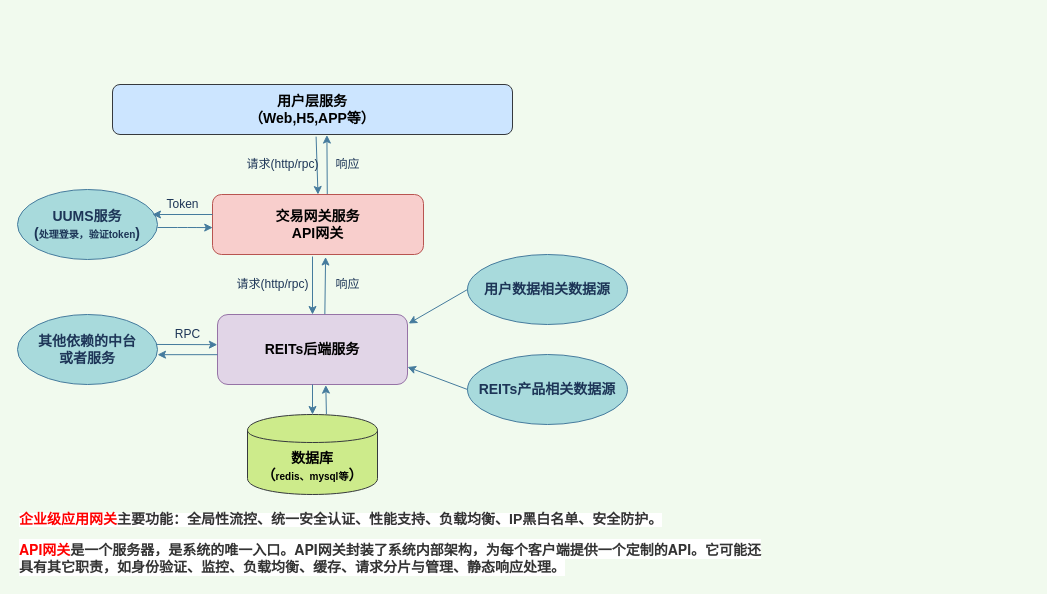
Earlier version of the draw.io diagram 000_utils/未命名绘图.drawio (lppgo/my_test). Source tidied: cells renumbered, new cells numbered last; positions are measured from the earlier drawing's top-left corner, leaving out a move shared by most shapes. Both pictures are drawn from the tidied source at 100%, with x=0, y=0 at pixel (17, 84).
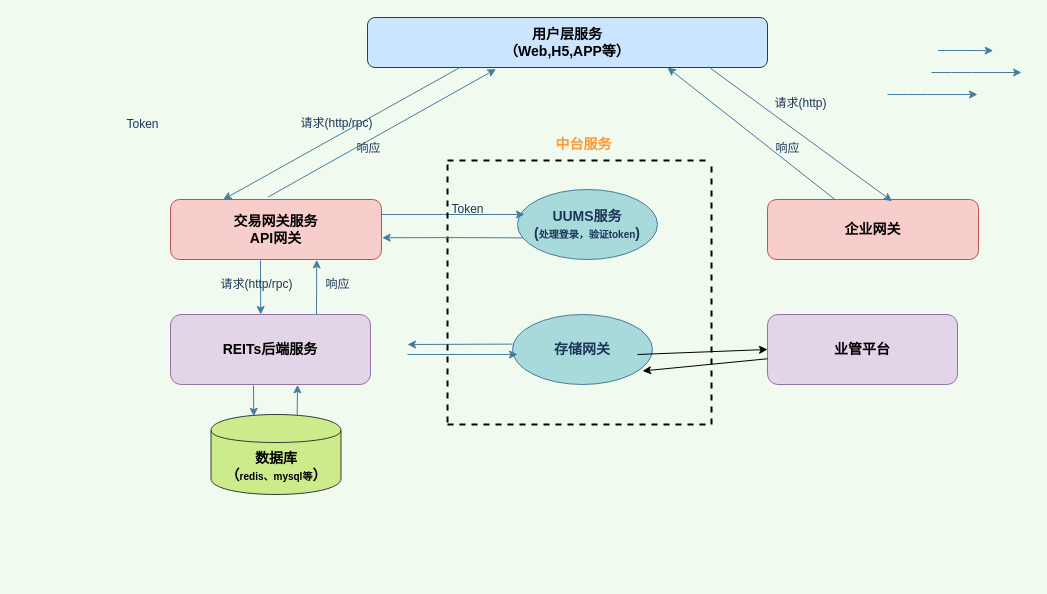
The same page after the edit.

Commit message:
更新未命名绘图.drawio

What changed in the source:
```diff
@@
     <mxCell id="2" value="&lt;font style=&quot;font-size: 14px&quot;&gt;&lt;b&gt;用户层服务&lt;br&gt;（Web,H5,APP等）&lt;/b&gt;&lt;/font&gt;" style="rounded=1;whiteSpace=wrap;html=1;sketch=0;strokeColor=#36393d;fillColor=#cce5ff;" parent="1" vertex="1">
-      <mxGeometry x="95" width="400" height="50" as="geometry" />
+      <mxGeometry x="350" y="-67" width="400" height="50" as="geometry" />
     </mxCell>
     <mxCell id="3" value="&lt;b&gt;&lt;font style=&quot;font-size: 14px&quot;&gt;交易网关服务&lt;br&gt;API网关&lt;/font&gt;&lt;/b&gt;" style="rounded=1;whiteSpace=wrap;html=1;sketch=0;strokeColor=#b85450;fillColor=#f8cecc;" parent="1" vertex="1">
-      <mxGeometry x="195" y="110" width="211" height="60" as="geometry" />
+      <mxGeometry x="153" y="115" width="211" height="60" as="geometry" />
     </mxCell>
-    <mxCell id="4" value="&lt;span style=&quot;font-family: &amp;#34;helvetica neue&amp;#34; , &amp;#34;helvetica&amp;#34; , &amp;#34;verdana&amp;#34; , &amp;#34;arial&amp;#34; , sans-serif ; font-size: 14px ; font-style: normal ; letter-spacing: normal ; text-align: left ; text-indent: 0px ; text-transform: none ; word-spacing: 0px ; background-color: rgb(255 , 255 , 255) ; display: inline ; float: none&quot;&gt;&lt;b&gt;&lt;font color=&quot;#ff0000&quot;&gt;API网关&lt;/font&gt;&lt;font color=&quot;#333333&quot;&gt;是一个服务器，是系统的唯一入口。API网关封装了系统内部架构，为每个客户端提供一个定制的API。它可能还具有其它职责，如身份验证、监控、负载均衡、缓存、请求分片与管理、静态响应处理。&lt;/font&gt;&lt;/b&gt;&lt;/span&gt;" style="text;whiteSpace=wrap;html=1;fontColor=#1D3557;" parent="1" vertex="1">
-      <mxGeometry y="450" width="750" height="40" as="geometry" />
-    </mxCell>
-    <mxCell id="5" value="&lt;span style=&quot;font-family: &amp;#34;microsoft yahei&amp;#34; ; font-style: normal ; letter-spacing: normal ; text-align: justify ; text-indent: 0px ; text-transform: none ; word-spacing: 0px ; background-color: rgb(255 , 255 , 255) ; display: inline ; float: none&quot;&gt;&lt;font style=&quot;font-size: 14px&quot;&gt;&lt;b&gt;&lt;font color=&quot;#ff0000&quot;&gt;企业级应用网关&lt;/font&gt;&lt;font color=&quot;#333333&quot;&gt;主要功能：全局性流控、统一安全认证、性能支持、负载均衡、IP黑白名单、安全防护。&lt;/font&gt;&lt;/b&gt;&lt;/font&gt;&lt;/span&gt;" style="text;whiteSpace=wrap;html=1;fontColor=#1D3557;" parent="1" vertex="1">
-      <mxGeometry y="420" width="710" height="30" as="geometry" />
-    </mxCell>
-    <mxCell id="6" style="endArrow=classic;html=1;strokeColor=#457B9D;fillColor=#A8DADC;fontColor=#1D3557;exitX=0.509;exitY=1.043;exitDx=0;exitDy=0;entryX=0.5;entryY=0;entryDx=0;entryDy=0;exitPerimeter=0;" parent="1" edge="1" source="2" target="3">
-      <mxGeometry relative="1" as="geometry" />
-    </mxCell>
     <mxCell id="7" value="&lt;b&gt;&lt;font style=&quot;font-size: 14px&quot;&gt;REITs后端服务&lt;/font&gt;&lt;/b&gt;" style="rounded=1;whiteSpace=wrap;html=1;sketch=0;strokeColor=#9673a6;fillColor=#e1d5e7;" parent="1" vertex="1">
-      <mxGeometry x="200" y="230" width="190" height="70" as="geometry" />
+      <mxGeometry x="153" y="230" width="200" height="70" as="geometry" />
     </mxCell>
-    <mxCell id="8" style="endArrow=classic;html=1;strokeColor=#457B9D;fillColor=#A8DADC;fontColor=#1D3557;entryX=0.5;entryY=0;entryDx=0;entryDy=0;" parent="1" edge="1" target="7">
+    <mxCell id="8" style="endArrow=classic;html=1;strokeColor=#457B9D;fillColor=#A8DADC;fontColor=#1D3557;entryX=0.451;entryY=0;entryDx=0;entryDy=0;entryPerimeter=0;" parent="1" edge="1" target="7">
       <mxGeometry relative="1" as="geometry">
-        <mxPoint x="295" y="172" as="sourcePoint" />
+        <mxPoint x="243" y="176" as="sourcePoint" />
       </mxGeometry>
     </mxCell>
     <mxCell id="9" value="&lt;font color=&quot;#000000&quot;&gt;&lt;b&gt;&lt;span style=&quot;font-size: 14px&quot;&gt;数据库&lt;/span&gt;&lt;br&gt;&lt;span style=&quot;font-size: 14px&quot;&gt;（&lt;/span&gt;&lt;font style=&quot;font-size: 10px&quot;&gt;redis、mysql等&lt;/font&gt;&lt;span style=&quot;font-size: 14px&quot;&gt;）&lt;/span&gt;&lt;br&gt;&lt;/b&gt;&lt;/font&gt;" style="shape=cylinder;whiteSpace=wrap;html=1;boundedLbl=1;backgroundOutline=1;rounded=0;sketch=0;fillColor=#cdeb8b;strokeColor=#36393d;" parent="1" vertex="1">
-      <mxGeometry x="230" y="330" width="130" height="80" as="geometry" />
+      <mxGeometry x="193.5" y="330" width="130" height="80" as="geometry" />
     </mxCell>
-    <mxCell id="10" style="endArrow=classic;html=1;strokeColor=#457B9D;fillColor=#A8DADC;fontColor=#1D3557;entryX=0.5;entryY=0;entryDx=0;entryDy=0;" parent="1" edge="1" target="9">
+    <mxCell id="10" style="endArrow=classic;html=1;strokeColor=#457B9D;fillColor=#A8DADC;fontColor=#1D3557;entryX=0.329;entryY=0.022;entryDx=0;entryDy=0;entryPerimeter=0;" parent="1" edge="1" target="9">
       <mxGeometry relative="1" as="geometry">
-        <mxPoint x="295" y="300" as="sourcePoint" />
+        <mxPoint x="236" y="301" as="sourcePoint" />
       </mxGeometry>
     </mxCell>
-    <mxCell id="11" value="&lt;font style=&quot;font-size: 14px&quot;&gt;&lt;b&gt;用户数据相关数据源&lt;/b&gt;&lt;/font&gt;" style="ellipse;whiteSpace=wrap;html=1;rounded=0;sketch=0;strokeColor=#457B9D;fillColor=#A8DADC;fontColor=#1D3557;" parent="1" vertex="1">
-      <mxGeometry x="450" y="170" width="160" height="70" as="geometry" />
-    </mxCell>
-    <mxCell id="12" value="&lt;font style=&quot;font-size: 14px&quot;&gt;&lt;b&gt;REITs产品相关数据源&lt;/b&gt;&lt;/font&gt;" style="ellipse;whiteSpace=wrap;html=1;rounded=0;sketch=0;strokeColor=#457B9D;fillColor=#A8DADC;fontColor=#1D3557;" parent="1" vertex="1">
-      <mxGeometry x="450" y="270" width="160" height="70" as="geometry" />
-    </mxCell>
-    <mxCell id="13" style="endArrow=classic;html=1;strokeColor=#457B9D;fillColor=#A8DADC;fontColor=#1D3557;exitX=0;exitY=0.5;exitDx=0;exitDy=0;entryX=1.006;entryY=0.129;entryDx=0;entryDy=0;entryPerimeter=0;" parent="1" edge="1" source="11" target="7">
-      <mxGeometry relative="1" as="geometry" />
-    </mxCell>
-    <mxCell id="14" style="endArrow=classic;html=1;strokeColor=#457B9D;fillColor=#A8DADC;fontColor=#1D3557;exitX=0;exitY=0.5;exitDx=0;exitDy=0;entryX=1;entryY=0.75;entryDx=0;entryDy=0;" parent="1" edge="1" source="12" target="7">
-      <mxGeometry relative="1" as="geometry" />
-    </mxCell>
-    <mxCell id="15" style="endArrow=classic;html=1;strokeColor=#457B9D;fillColor=#A8DADC;fontColor=#1D3557;exitX=0.565;exitY=-0.006;exitDx=0;exitDy=0;entryX=0.536;entryY=1.042;entryDx=0;entryDy=0;entryPerimeter=0;exitPerimeter=0;" parent="1" edge="1" source="7" target="3">
-      <mxGeometry relative="1" as="geometry" />
+    <mxCell id="15" style="endArrow=classic;html=1;strokeColor=#457B9D;fillColor=#A8DADC;fontColor=#1D3557;entryX=0.693;entryY=1.007;entryDx=0;entryDy=0;entryPerimeter=0;" parent="1" edge="1" target="3">
+      <mxGeometry relative="1" as="geometry">
+        <mxPoint x="299" y="230" as="sourcePoint" />
+      </mxGeometry>
     </mxCell>
-    <mxCell id="16" style="endArrow=classic;html=1;strokeColor=#457B9D;fillColor=#A8DADC;fontColor=#1D3557;exitX=0.544;exitY=-0.006;exitDx=0;exitDy=0;entryX=0.536;entryY=1.011;entryDx=0;entryDy=0;entryPerimeter=0;exitPerimeter=0;" parent="1" edge="1" source="3" target="2">
-      <mxGeometry relative="1" as="geometry" />
-    </mxCell>
-    <mxCell id="17" style="endArrow=classic;html=1;strokeColor=#457B9D;fillColor=#A8DADC;fontColor=#1D3557;entryX=0.57;entryY=1.009;entryDx=0;entryDy=0;entryPerimeter=0;exitX=0.607;exitY=-0.006;exitDx=0;exitDy=0;exitPerimeter=0;" parent="1" edge="1" source="9" target="7">
+    <mxCell id="17" style="endArrow=classic;html=1;strokeColor=#457B9D;fillColor=#A8DADC;fontColor=#1D3557;entryX=0.635;entryY=1.005;entryDx=0;entryDy=0;entryPerimeter=0;exitX=0.663;exitY=0.011;exitDx=0;exitDy=0;exitPerimeter=0;" parent="1" edge="1" source="9" target="7">
       <mxGeometry relative="1" as="geometry" />
     </mxCell>
-    <mxCell id="18" value="响应" style="text;html=1;align=center;verticalAlign=middle;fillColor=none;strokeColor=none;rounded=0;sketch=0;fontColor=#1D3557;" parent="1" vertex="1">
-      <mxGeometry x="310" y="70" width="40" height="20" as="geometry" />
-    </mxCell>
     <mxCell id="19" value="响应" style="text;html=1;align=center;verticalAlign=middle;fillColor=none;strokeColor=none;rounded=0;sketch=0;fontColor=#1D3557;" parent="1" vertex="1">
-      <mxGeometry x="310" y="190" width="40" height="20" as="geometry" />
+      <mxGeometry x="300" y="190" width="40" height="20" as="geometry" />
     </mxCell>
-    <mxCell id="20" value="&lt;font style=&quot;font-size: 14px&quot;&gt;&lt;b&gt;其他依赖的中台&lt;br&gt;或者服务&lt;/b&gt;&lt;/font&gt;" style="ellipse;whiteSpace=wrap;html=1;rounded=0;sketch=0;strokeColor=#457B9D;fillColor=#A8DADC;fontColor=#1D3557;" parent="1" vertex="1">
-      <mxGeometry y="230" width="140" height="70" as="geometry" />
+    <mxCell id="20" value="&lt;span style=&quot;font-size: 14px&quot;&gt;&lt;b&gt;存储网关&lt;/b&gt;&lt;/span&gt;" style="ellipse;whiteSpace=wrap;html=1;rounded=0;sketch=0;strokeColor=#457B9D;fillColor=#A8DADC;fontColor=#1D3557;" parent="1" vertex="1">
+      <mxGeometry x="495" y="230" width="140" height="70" as="geometry" />
     </mxCell>
-    <mxCell id="21" style="endArrow=classic;html=1;strokeColor=#457B9D;fillColor=#A8DADC;fontColor=#1D3557;entryX=-0.001;entryY=0.431;entryDx=0;entryDy=0;entryPerimeter=0;exitX=0.993;exitY=0.428;exitDx=0;exitDy=0;exitPerimeter=0;" parent="1" edge="1" source="20" target="7">
-      <mxGeometry relative="1" as="geometry" />
+    <mxCell id="21" style="endArrow=classic;html=1;strokeColor=#457B9D;fillColor=#A8DADC;fontColor=#1D3557;exitX=0.001;exitY=0.423;exitDx=0;exitDy=0;exitPerimeter=0;" parent="1" edge="1" source="20">
+      <mxGeometry relative="1" as="geometry">
+        <mxPoint x="390" y="260" as="targetPoint" />
+      </mxGeometry>
     </mxCell>
-    <mxCell id="22" style="endArrow=classic;html=1;strokeColor=#457B9D;fillColor=#A8DADC;fontColor=#1D3557;entryX=1;entryY=0.574;entryDx=0;entryDy=0;entryPerimeter=0;exitX=0;exitY=0.574;exitDx=0;exitDy=0;exitPerimeter=0;" parent="1" edge="1" source="7" target="20">
-      <mxGeometry relative="1" as="geometry" />
+    <mxCell id="22" style="endArrow=classic;html=1;strokeColor=#457B9D;fillColor=#A8DADC;fontColor=#1D3557;" parent="1" edge="1">
+      <mxGeometry relative="1" as="geometry">
+        <mxPoint x="390" y="270" as="sourcePoint" />
+        <mxPoint x="500" y="270" as="targetPoint" />
+      </mxGeometry>
     </mxCell>
-    <mxCell id="23" value="RPC" style="text;html=1;align=center;verticalAlign=middle;fillColor=none;strokeColor=none;rounded=0;sketch=0;fontColor=#1D3557;" parent="1" vertex="1">
-      <mxGeometry x="150" y="240" width="40" height="20" as="geometry" />
-    </mxCell>
     <mxCell id="24" value="请求(http/rpc)" style="text;html=1;align=center;verticalAlign=middle;fillColor=none;strokeColor=none;rounded=0;sketch=0;fontColor=#1D3557;" parent="1" vertex="1">
-      <mxGeometry x="210" y="190" width="90" height="20" as="geometry" />
+      <mxGeometry x="193.5" y="190" width="90" height="20" as="geometry" />
     </mxCell>
+    <mxCell id="26" value="&lt;b&gt;&lt;span style=&quot;font-size: 14px&quot;&gt;UUMS服务&lt;/span&gt;&lt;br&gt;&lt;span style=&quot;font-size: 14px&quot;&gt;(&lt;/span&gt;&lt;font style=&quot;font-size: 10px&quot;&gt;处理登录，验证token&lt;/font&gt;&lt;span style=&quot;font-size: 14px&quot;&gt;)&lt;/span&gt;&lt;br&gt;&lt;/b&gt;" style="ellipse;whiteSpace=wrap;html=1;rounded=0;sketch=0;strokeColor=#457B9D;fillColor=#A8DADC;fontColor=#1D3557;" parent="1" vertex="1">
+      <mxGeometry x="500" y="105" width="140" height="70" as="geometry" />
+    </mxCell>
+    <mxCell id="29" value="Token" style="text;html=1;align=center;verticalAlign=middle;fillColor=none;strokeColor=none;rounded=0;sketch=0;fontColor=#1D3557;" parent="1" vertex="1">
+      <mxGeometry x="100" y="30" width="50" height="20" as="geometry" />
+    </mxCell>
+    <mxCell id="30" value="&lt;span style=&quot;font-size: 14px&quot;&gt;&lt;b&gt;业管平台&lt;/b&gt;&lt;/span&gt;" style="rounded=1;whiteSpace=wrap;html=1;sketch=0;strokeColor=#9673a6;fillColor=#e1d5e7;" parent="1" vertex="1">
+      <mxGeometry x="750" y="230" width="190" height="70" as="geometry" />
+    </mxCell>
+    <mxCell id="31" value="&lt;span style=&quot;font-size: 14px&quot;&gt;&lt;b&gt;企业网关&lt;/b&gt;&lt;/span&gt;" style="rounded=1;whiteSpace=wrap;html=1;sketch=0;strokeColor=#b85450;fillColor=#f8cecc;" parent="1" vertex="1">
+      <mxGeometry x="750" y="115" width="211" height="60" as="geometry" />
+    </mxCell>
+    <mxCell id="32" style="endArrow=classic;html=1;entryX=0.929;entryY=0.807;entryDx=0;entryDy=0;entryPerimeter=0;" parent="1" edge="1" source="30" target="20">
+      <mxGeometry relative="1" as="geometry" />
+    </mxCell>
+    <mxCell id="33" style="endArrow=classic;html=1;entryX=0;entryY=0.5;entryDx=0;entryDy=0;" parent="1" edge="1" target="30">
+      <mxGeometry relative="1" as="geometry">
+        <mxPoint x="620" y="270" as="sourcePoint" />
+      </mxGeometry>
+    </mxCell>
+    <mxCell id="34" style="endArrow=classic;html=1;strokeColor=#457B9D;fillColor=#A8DADC;fontColor=#1D3557;entryX=0.05;entryY=0.357;entryDx=0;entryDy=0;entryPerimeter=0;" parent="1" edge="1" target="26">
+      <mxGeometry relative="1" as="geometry">
+        <mxPoint x="363" y="130" as="sourcePoint" />
+        <Array as="points">
+          <mxPoint x="436" y="130" />
+        </Array>
+      </mxGeometry>
+    </mxCell>
+    <mxCell id="35" style="endArrow=none;dashed=1;html=1;strokeWidth=2;jumpStyle=arc;" parent="1" edge="1">
+      <mxGeometry relative="1" as="geometry">
+        <mxPoint x="430" y="76" as="sourcePoint" />
+        <mxPoint x="694" y="76" as="targetPoint" />
+      </mxGeometry>
+    </mxCell>
+    <mxCell id="36" style="endArrow=none;dashed=1;html=1;strokeWidth=2;" parent="1" edge="1">
+      <mxGeometry relative="1" as="geometry">
+        <mxPoint x="430" y="80" as="sourcePoint" />
+        <mxPoint x="430" y="340" as="targetPoint" />
+      </mxGeometry>
+    </mxCell>
+    <mxCell id="37" style="endArrow=none;dashed=1;html=1;strokeWidth=2;" parent="1" edge="1">
+      <mxGeometry relative="1" as="geometry">
+        <mxPoint x="694" y="340" as="sourcePoint" />
+        <mxPoint x="694" y="80" as="targetPoint" />
+      </mxGeometry>
+    </mxCell>
+    <mxCell id="38" value="&lt;b&gt;&lt;font style=&quot;font-size: 14px&quot; color=&quot;#ff9933&quot;&gt;中台服务&lt;/font&gt;&lt;/b&gt;" style="text;html=1;align=center;verticalAlign=middle;fillColor=none;strokeColor=none;rounded=0;" parent="1" vertex="1">
+      <mxGeometry x="527" y="49" width="77" height="22" as="geometry" />
+    </mxCell>
+    <mxCell id="39" style="endArrow=classic;html=1;strokeColor=#457B9D;fillColor=#A8DADC;fontColor=#1D3557;entryX=0.001;entryY=0.552;entryDx=0;entryDy=0;entryPerimeter=0;" parent="1" edge="1">
+      <mxGeometry relative="1" as="geometry">
+        <mxPoint x="920.5" y="-34" as="sourcePoint" />
+        <mxPoint x="975.7" y="-33.9" as="targetPoint" />
+        <Array as="points">
+          <mxPoint x="950.5" y="-34" />
+        </Array>
+      </mxGeometry>
+    </mxCell>
+    <mxCell id="40" style="endArrow=classic;html=1;strokeColor=#457B9D;fillColor=#A8DADC;fontColor=#1D3557;" parent="1" edge="1">
+      <mxGeometry relative="1" as="geometry">
+        <mxPoint x="870" y="10" as="sourcePoint" />
+        <mxPoint x="960" y="10" as="targetPoint" />
+        <Array as="points">
+          <mxPoint x="900" y="10" />
+        </Array>
+      </mxGeometry>
+    </mxCell>
+    <mxCell id="16" style="endArrow=classic;html=1;strokeColor=#457B9D;fillColor=#A8DADC;fontColor=#1D3557;entryX=0.321;entryY=1.032;entryDx=0;entryDy=0;entryPerimeter=0;exitX=0.462;exitY=-0.04;exitDx=0;exitDy=0;exitPerimeter=0;" parent="1" edge="1" source="3" target="2">
+      <mxGeometry relative="1" as="geometry" />
+    </mxCell>
+    <mxCell id="6" style="endArrow=classic;html=1;strokeColor=#457B9D;fillColor=#A8DADC;fontColor=#1D3557;entryX=0.25;entryY=0;entryDx=0;entryDy=0;exitX=0.231;exitY=1;exitDx=0;exitDy=0;exitPerimeter=0;" parent="1" edge="1" source="2" target="3">
+      <mxGeometry relative="1" as="geometry" />
+    </mxCell>
+    <mxCell id="41" style="endArrow=classic;html=1;strokeColor=#457B9D;fillColor=#A8DADC;fontColor=#1D3557;" parent="1" edge="1">
+      <mxGeometry relative="1" as="geometry">
+        <mxPoint x="914" y="-12" as="sourcePoint" />
+        <mxPoint x="1004" y="-12" as="targetPoint" />
+        <Array as="points">
+          <mxPoint x="944" y="-12" />
+        </Array>
+      </mxGeometry>
+    </mxCell>
+    <mxCell id="42" style="endArrow=classic;html=1;strokeColor=#457B9D;fillColor=#A8DADC;fontColor=#1D3557;entryX=0.75;entryY=1;entryDx=0;entryDy=0;" parent="1" edge="1" source="31" target="2">
+      <mxGeometry relative="1" as="geometry" />
+    </mxCell>
+    <mxCell id="43" style="endArrow=none;dashed=1;html=1;strokeWidth=2;" parent="1" edge="1">
+      <mxGeometry relative="1" as="geometry">
+        <mxPoint x="430" y="340" as="sourcePoint" />
+        <mxPoint x="690" y="340" as="targetPoint" />
+      </mxGeometry>
+    </mxCell>
+    <mxCell id="44" style="endArrow=classic;html=1;strokeColor=#457B9D;fillColor=#A8DADC;fontColor=#1D3557;entryX=1.003;entryY=0.637;entryDx=0;entryDy=0;entryPerimeter=0;exitX=0.04;exitY=0.691;exitDx=0;exitDy=0;exitPerimeter=0;" parent="1" edge="1" source="26" target="3">
+      <mxGeometry relative="1" as="geometry">
+        <Array as="points">
+          <mxPoint x="436.8" y="153.1" />
+        </Array>
+      </mxGeometry>
+    </mxCell>
     <mxCell id="25" value="请求(http/rpc)" style="text;html=1;align=center;verticalAlign=middle;fillColor=none;strokeColor=none;rounded=0;sketch=0;fontColor=#1D3557;" parent="1" vertex="1">
-      <mxGeometry x="220" y="70" width="90" height="20" as="geometry" />
+      <mxGeometry x="274" y="29" width="90" height="20" as="geometry" />
     </mxCell>
-    <mxCell id="26" value="&lt;b&gt;&lt;span style=&quot;font-size: 14px&quot;&gt;UUMS服务&lt;/span&gt;&lt;br&gt;&lt;span style=&quot;font-size: 14px&quot;&gt;(&lt;/span&gt;&lt;font style=&quot;font-size: 10px&quot;&gt;处理登录，验证token&lt;/font&gt;&lt;span style=&quot;font-size: 14px&quot;&gt;)&lt;/span&gt;&lt;br&gt;&lt;/b&gt;" style="ellipse;whiteSpace=wrap;html=1;rounded=0;sketch=0;strokeColor=#457B9D;fillColor=#A8DADC;fontColor=#1D3557;" parent="1" vertex="1">
-      <mxGeometry y="105" width="140" height="70" as="geometry" />
-    </mxCell>
-    <mxCell id="27" style="endArrow=classic;html=1;strokeColor=#457B9D;fillColor=#A8DADC;fontColor=#1D3557;entryX=0.001;entryY=0.552;entryDx=0;entryDy=0;entryPerimeter=0;" parent="1" edge="1" target="3">
-      <mxGeometry relative="1" as="geometry">
-        <mxPoint x="140" y="143" as="sourcePoint" />
-        <Array as="points">
-          <mxPoint x="170" y="143" />
-        </Array>
-      </mxGeometry>
-    </mxCell>
-    <mxCell id="28" style="endArrow=classic;html=1;strokeColor=#457B9D;fillColor=#A8DADC;fontColor=#1D3557;entryX=1;entryY=0.574;entryDx=0;entryDy=0;entryPerimeter=0;exitX=0;exitY=0.574;exitDx=0;exitDy=0;exitPerimeter=0;" parent="1" edge="1">
-      <mxGeometry relative="1" as="geometry">
-        <mxPoint x="195" y="130" as="sourcePoint" />
-        <mxPoint x="135" y="130" as="targetPoint" />
-      </mxGeometry>
-    </mxCell>
-    <mxCell id="29" value="Token" style="text;html=1;align=center;verticalAlign=middle;fillColor=none;strokeColor=none;rounded=0;sketch=0;fontColor=#1D3557;" parent="1" vertex="1">
-      <mxGeometry x="140" y="110" width="50" height="20" as="geometry" />
-    </mxCell>
+    <mxCell id="45" value="响应" style="text;html=1;align=center;verticalAlign=middle;fillColor=none;strokeColor=none;rounded=0;sketch=0;fontColor=#1D3557;" parent="1" vertex="1">
+      <mxGeometry x="331" y="54" width="40" height="20" as="geometry" />
+    </mxCell>
+    <mxCell id="46" style="endArrow=classic;html=1;strokeColor=#457B9D;fillColor=#A8DADC;fontColor=#1D3557;exitX=0.852;exitY=0.983;exitDx=0;exitDy=0;exitPerimeter=0;entryX=0.59;entryY=0.027;entryDx=0;entryDy=0;entryPerimeter=0;" parent="1" edge="1" source="2" target="31">
+      <mxGeometry relative="1" as="geometry" />
+    </mxCell>
+    <mxCell id="47" value="请求(http)" style="text;html=1;align=center;verticalAlign=middle;fillColor=none;strokeColor=none;rounded=0;sketch=0;fontColor=#1D3557;" parent="1" vertex="1">
+      <mxGeometry x="750" y="8" width="66" height="22" as="geometry" />
+    </mxCell>
+    <mxCell id="48" value="响应" style="text;html=1;align=center;verticalAlign=middle;fillColor=none;strokeColor=none;rounded=0;sketch=0;fontColor=#1D3557;" parent="1" vertex="1">
+      <mxGeometry x="750" y="54" width="40" height="20" as="geometry" />
+    </mxCell>
+    <mxCell id="49" value="Token" style="text;html=1;align=center;verticalAlign=middle;fillColor=none;strokeColor=none;rounded=0;sketch=0;fontColor=#1D3557;" parent="1" vertex="1">
+      <mxGeometry x="428" y="114" width="44" height="22" as="geometry" />
+    </mxCell>
```
